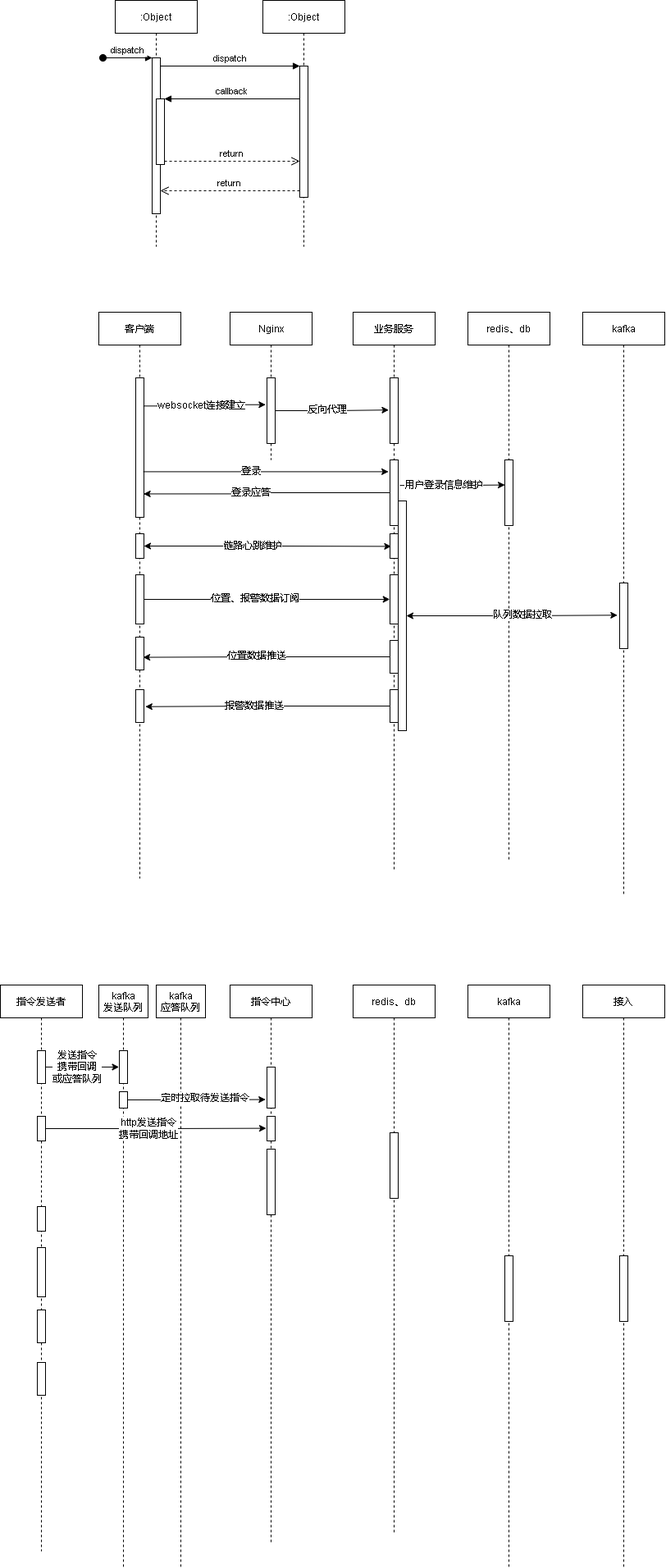
The draw.io diagram cgopro关键业务.drawio.png in xktder/draw, before a commit. Source tidied: cells renumbered, new cells last; positions are measured from the earlier drawing's top-left corner, leaving out a move shared by most shapes.
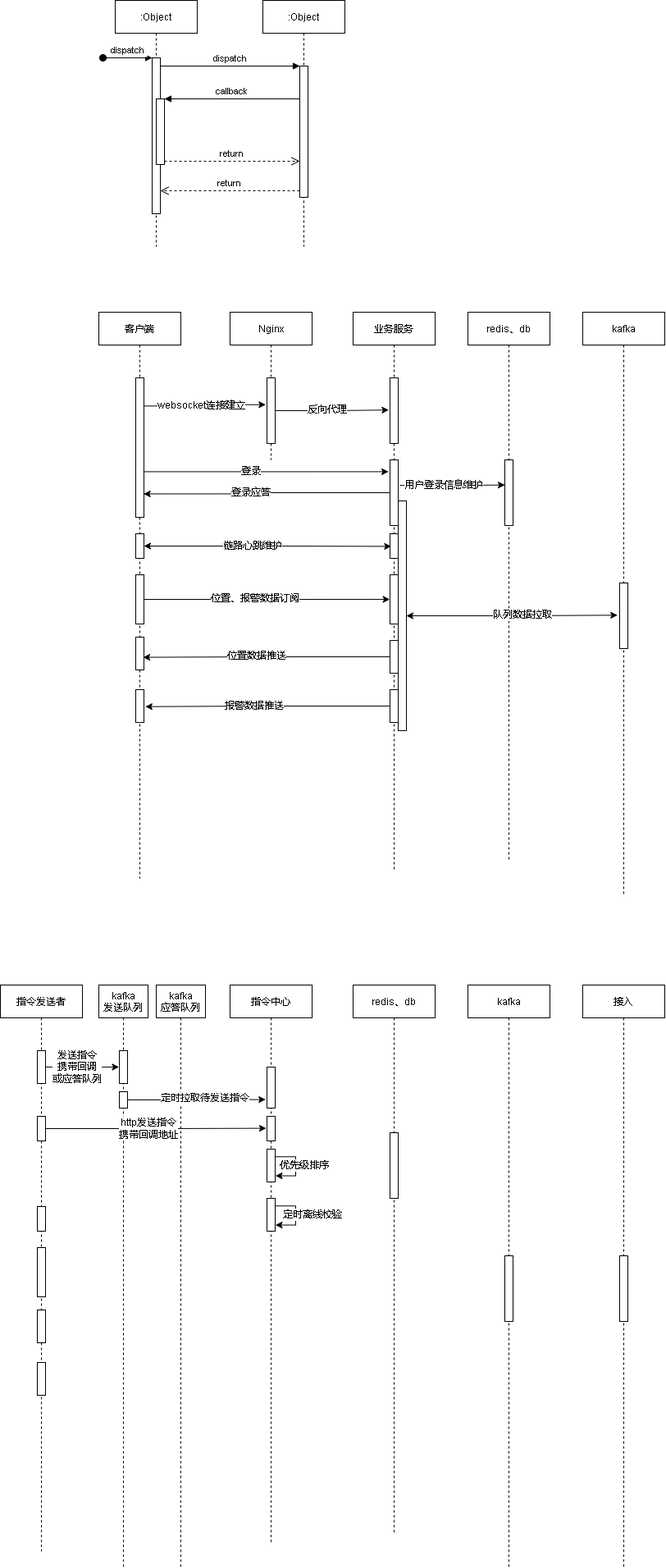
Above is the later version.

Commit message:
更新cgopro关键业务.drawio.png

What changed in the source:
```diff
@@ -187,8 +187,37 @@
       <mxGeometry x="45" y="160" width="10" height="30" as="geometry" />
     </mxCell>
     <mxCell id="62" style="points=[];perimeter=orthogonalPerimeter;rounded=0;shadow=0;strokeWidth=1;" parent="59" vertex="1">
-      <mxGeometry x="45" y="200" width="10" height="80" as="geometry" />
+      <mxGeometry x="45" y="200" width="10" height="40" as="geometry" />
     </mxCell>
+    <mxCell id="79" style="edgeStyle=orthogonalEdgeStyle;rounded=0;orthogonalLoop=1;jettySize=auto;html=1;entryX=1.043;entryY=0.813;entryDx=0;entryDy=0;entryPerimeter=0;startArrow=none;startFill=0;exitX=0.967;exitY=0.232;exitDx=0;exitDy=0;exitPerimeter=0;" parent="59" edge="1" source="62" target="62">
+      <mxGeometry relative="1" as="geometry">
+        <Array as="points">
+          <mxPoint x="80" y="209" />
+          <mxPoint x="80" y="232" />
+        </Array>
+      </mxGeometry>
+    </mxCell>
+    <mxCell id="80" value="优先级排序" style="edgeLabel;html=1;align=center;verticalAlign=middle;" parent="79" vertex="1">
+      <mxGeometry x="-0.1" relative="1" as="geometry">
+        <mxPoint x="10" y="3" as="offset" />
+      </mxGeometry>
+    </mxCell>
+    <mxCell id="81" style="points=[];perimeter=orthogonalPerimeter;rounded=0;shadow=0;strokeWidth=1;" parent="59" vertex="1">
+      <mxGeometry x="45" y="260" width="10" height="40" as="geometry" />
+    </mxCell>
+    <mxCell id="82" style="edgeStyle=orthogonalEdgeStyle;rounded=0;orthogonalLoop=1;jettySize=auto;html=1;entryX=1.043;entryY=0.813;entryDx=0;entryDy=0;entryPerimeter=0;startArrow=none;startFill=0;exitX=0.967;exitY=0.232;exitDx=0;exitDy=0;exitPerimeter=0;" parent="59" edge="1" source="81" target="81">
+      <mxGeometry relative="1" as="geometry">
+        <Array as="points">
+          <mxPoint x="80" y="269" />
+          <mxPoint x="80" y="292" />
+        </Array>
+      </mxGeometry>
+    </mxCell>
+    <mxCell id="83" value="定时离线校验" style="edgeLabel;html=1;align=center;verticalAlign=middle;" parent="82" vertex="1">
+      <mxGeometry x="-0.1" relative="1" as="geometry">
+        <mxPoint x="20" y="3" as="offset" />
+      </mxGeometry>
+    </mxCell>
     <mxCell id="63" value="redis、db" style="shape=umlLifeline;perimeter=lifelinePerimeter;rounded=0;shadow=0;strokeWidth=1;" parent="1" vertex="1">
       <mxGeometry x="430" y="1200" width="100" height="670" as="geometry" />
     </mxCell>
```
